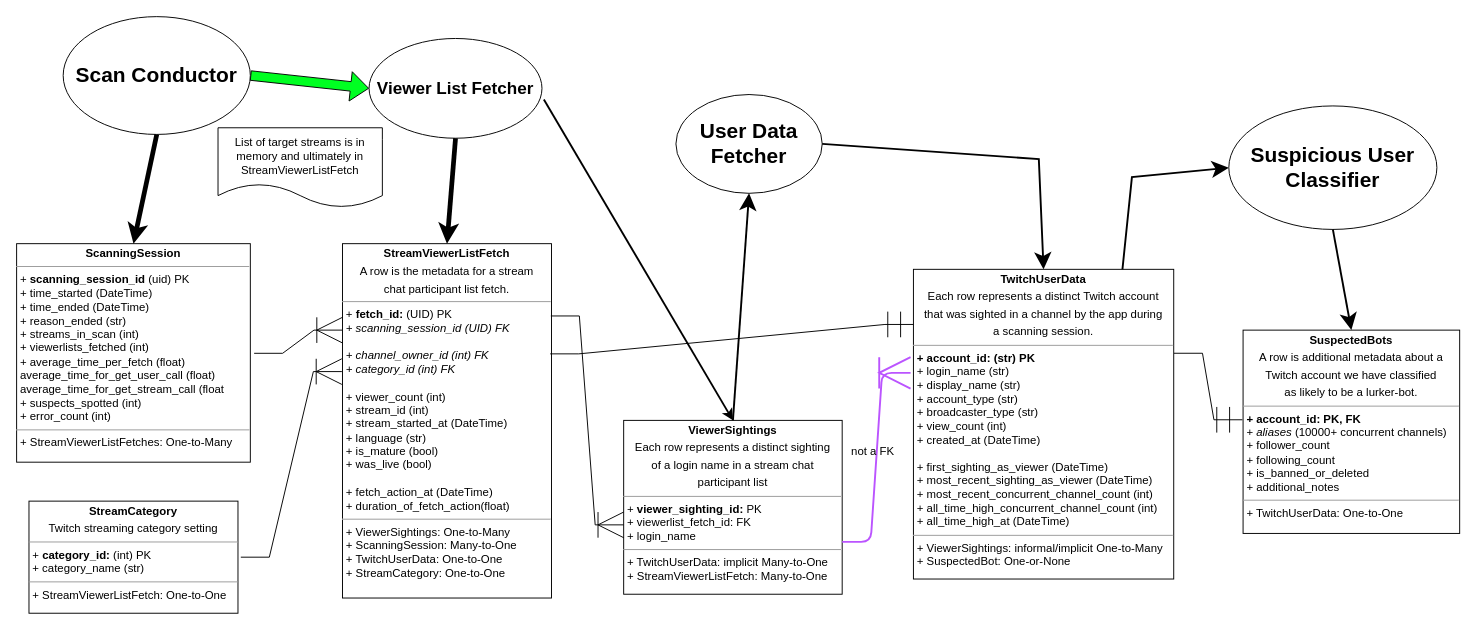
This is uml/lurker-bot-hunter-data-model.drawio from thadeshammer/twitchlurkerbothunter, a draw.io file, before an edit. Source tidied: cells renumbered, new cells numbered last; positions are measured from the earlier drawing's top-left corner, leaving out a move shared by most shapes. Both pictures are drawn from the tidied source at 95%, with x=0, y=0 at pixel (16, 16).
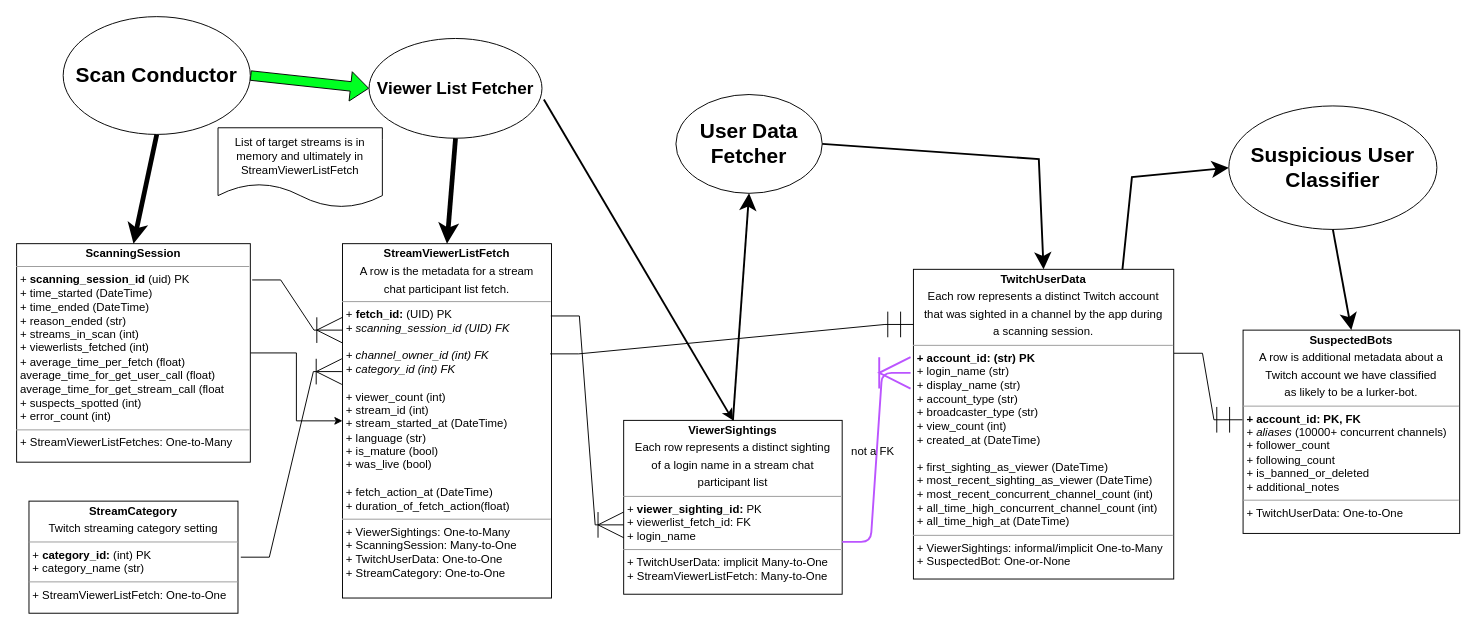
The same page after the edit.

Commit message (it also covers changes not shown here):
one link was pointing from the wrong key

Unchanged cells that the change refers to:
```xml
<mxCell id="7" value="&lt;p style=&quot;margin:0px;margin-top:4px;text-align:center;&quot;&gt;&lt;b&gt;StreamViewerListFetch&lt;/b&gt;&lt;/p&gt;&lt;p style=&quot;margin:0px;margin-top:4px;text-align:center;&quot;&gt;A row is the metadata for a stream&lt;/p&gt;&lt;p style=&quot;margin:0px;margin-top:4px;text-align:center;&quot;&gt;chat participant list fetch.&lt;br&gt;&lt;/p&gt;&lt;hr size=&quot;1&quot;&gt;&lt;p style=&quot;margin:0px;margin-left:4px;&quot;&gt;+ &lt;b&gt;fetch_id:&lt;/b&gt; (UID) PK&lt;br&gt;&lt;i&gt;+ scanning_session_id (UID) FK&lt;/i&gt;&lt;/p&gt;&lt;p style=&quot;margin:0px;margin-left:4px;&quot;&gt;&lt;i&gt;&lt;br&gt;&lt;/i&gt;&lt;/p&gt;&lt;p style=&quot;margin:0px;margin-left:4px;&quot;&gt;&lt;i&gt;+ channel_owner_id (int) FK&lt;/i&gt;&lt;/p&gt;&lt;p style=&quot;margin:0px;margin-left:4px;&quot;&gt;&lt;i&gt;+ category_id (int) FK&lt;/i&gt;&lt;/p&gt;&lt;p style=&quot;margin:0px;margin-left:4px;&quot;&gt;&lt;br&gt;&lt;/p&gt;&lt;p style=&quot;margin:0px;margin-left:4px;&quot;&gt;+ viewer_count (int)&lt;br&gt;&lt;/p&gt;&lt;p style=&quot;margin:0px;margin-left:4px;&quot;&gt;+ stream_id (int)&lt;/p&gt;&lt;p style=&quot;margin:0px;margin-left:4px;&quot;&gt;+ stream_started_at (DateTime)&lt;/p&gt;&lt;p style=&quot;margin:0px;margin-left:4px;&quot;&gt;+ language (str)&lt;/p&gt;&lt;p style=&quot;margin:0px;margin-left:4px;&quot;&gt;+ is_mature (bool)&lt;/p&gt;&lt;p style=&quot;margin:0px;margin-left:4px;&quot;&gt;+ was_live (bool)&lt;/p&gt;&lt;p style=&quot;margin:0px;margin-left:4px;&quot;&gt;&lt;br&gt;&lt;/p&gt;&lt;p style=&quot;margin:0px;margin-left:4px;&quot;&gt;+ fetch_action_at (DateTime)&lt;/p&gt;&lt;p style=&quot;margin:0px;margin-left:4px;&quot;&gt;+ duration_of_fetch_action(float)&lt;/p&gt;&lt;hr size=&quot;1&quot;&gt;&lt;p style=&quot;margin:0px;margin-left:4px;&quot;&gt;+ ViewerSightings: One-to-Many&lt;br&gt;&lt;/p&gt;&lt;p style=&quot;margin:0px;margin-left:4px;&quot;&gt;+ ScanningSession: Many-to-One&lt;/p&gt;&lt;p style=&quot;margin:0px;margin-left:4px;&quot;&gt;+ TwitchUserData: One-to-One&lt;/p&gt;&lt;p style=&quot;margin:0px;margin-left:4px;&quot;&gt;+ StreamCategory: One-to-One&lt;br&gt;&lt;/p&gt;" style="verticalAlign=top;align=left;overflow=fill;fontSize=12;fontFamily=Helvetica;html=1;rounded=0;shadow=0;comic=0;labelBackgroundColor=none;strokeWidth=1;" parent="1" vertex="1">
  <mxGeometry x="343" y="239" width="220" height="373" as="geometry" />
</mxCell>
<mxCell id="8" value="&lt;p style=&quot;margin:0px;margin-top:4px;text-align:center;&quot;&gt;&lt;b&gt;ScanningSession&lt;/b&gt;&lt;br&gt;&lt;/p&gt;&lt;hr size=&quot;1&quot;&gt;&lt;p style=&quot;margin:0px;margin-left:4px;&quot;&gt;+ &lt;b&gt;scanning_session_id&lt;/b&gt; (uid) PK&lt;br&gt;&lt;/p&gt;&lt;p style=&quot;margin:0px;margin-left:4px;&quot;&gt;+ time_started (DateTime)&lt;br&gt;&lt;/p&gt;&lt;p style=&quot;margin:0px;margin-left:4px;&quot;&gt;+ time_ended (DateTime)&lt;/p&gt;&lt;p style=&quot;margin:0px;margin-left:4px;&quot;&gt;+ reason_ended (str)&lt;br&gt;&lt;/p&gt;&lt;p style=&quot;margin:0px;margin-left:4px;&quot;&gt;+ streams_in_scan (int)&lt;br&gt;&lt;/p&gt;&lt;p style=&quot;margin:0px;margin-left:4px;&quot;&gt;+ viewerlists_fetched (int)&lt;br&gt;&lt;/p&gt;&lt;p style=&quot;margin:0px;margin-left:4px;&quot;&gt;+ average_time_per_fetch (float)&lt;br&gt;&lt;/p&gt;&lt;p style=&quot;margin:0px;margin-left:4px;&quot;&gt;average_time_for_get_user_call (float)&lt;br&gt;average_time_for_get_stream_call (float&lt;br&gt;&lt;/p&gt;&lt;p style=&quot;margin:0px;margin-left:4px;&quot;&gt;+ suspects_spotted (int)&lt;br&gt;&lt;/p&gt;&lt;p style=&quot;margin:0px;margin-left:4px;&quot;&gt;+ error_count (int)&lt;br&gt;&lt;/p&gt;&lt;hr size=&quot;1&quot;&gt;&lt;p style=&quot;margin:0px;margin-left:4px;&quot;&gt;+ StreamViewerListFetches: One-to-Many&lt;br&gt;&lt;br&gt;&lt;/p&gt;" style="verticalAlign=top;align=left;overflow=fill;fontSize=12;fontFamily=Helvetica;html=1;rounded=0;shadow=0;comic=0;labelBackgroundColor=none;strokeWidth=1;" parent="1" vertex="1">
  <mxGeometry y="239" width="246" height="230" as="geometry" />
</mxCell>
```

The edit, as a diff of the source:
```diff
@@
+    <mxCell id="28" style="edgeStyle=orthogonalEdgeStyle;rounded=0;jettySize=auto;html=1;" parent="1" edge="1" source="8" target="7">
+      <mxGeometry relative="1" as="geometry" />
+    </mxCell>
@@
-    <mxCell id="14" style="edgeStyle=entityRelationEdgeStyle;fontSize=12;html=1;endArrow=ERoneToMany;rounded=0;exitX=1;exitY=0.5;exitDx=0;exitDy=0;entryX=-0.018;entryY=0.243;entryDx=0;entryDy=0;entryPerimeter=0;endSize=25;" parent="1" edge="1">
+    <mxCell id="14" style="edgeStyle=entityRelationEdgeStyle;fontSize=12;html=1;endArrow=ERoneToMany;rounded=0;exitX=1.008;exitY=0.166;exitDx=0;exitDy=0;entryX=-0.018;entryY=0.243;entryDx=0;entryDy=0;entryPerimeter=0;endSize=25;exitPerimeter=0;" parent="1" edge="1" source="8">
       <mxGeometry relative="1" as="geometry">
-        <mxPoint x="250" y="354.4" as="sourcePoint" />
         <mxPoint x="343" y="330" as="targetPoint" />
         <Array as="points">
           <mxPoint x="691" y="568.4" />
         </Array>
       </mxGeometry>
     </mxCell>
```
